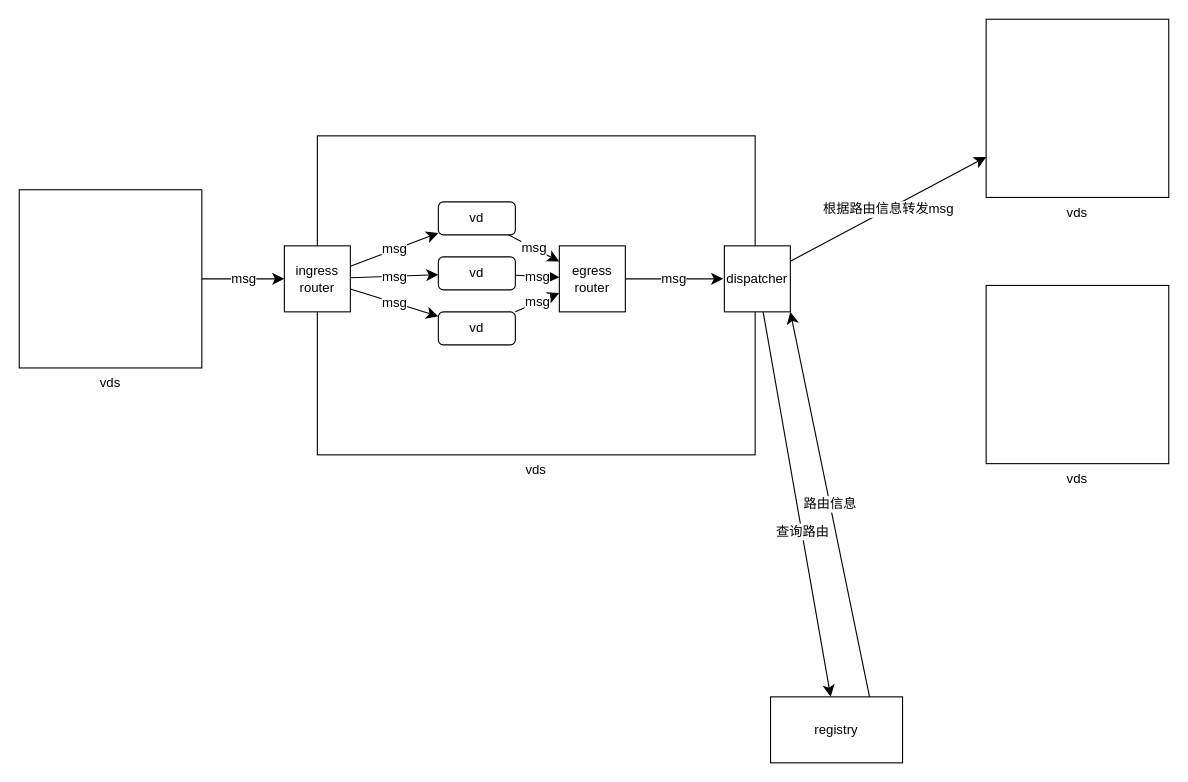
This is vds结构.drawio from AOisUsed/vds, a draw.io file, before an edit. Source tidied: cells renumbered, new cells numbered last; positions are measured from the earlier drawing's top-left corner, leaving out a move shared by most shapes. Both pictures are drawn from the tidied source at 110%, with x=0, y=0 at pixel (19, 19).
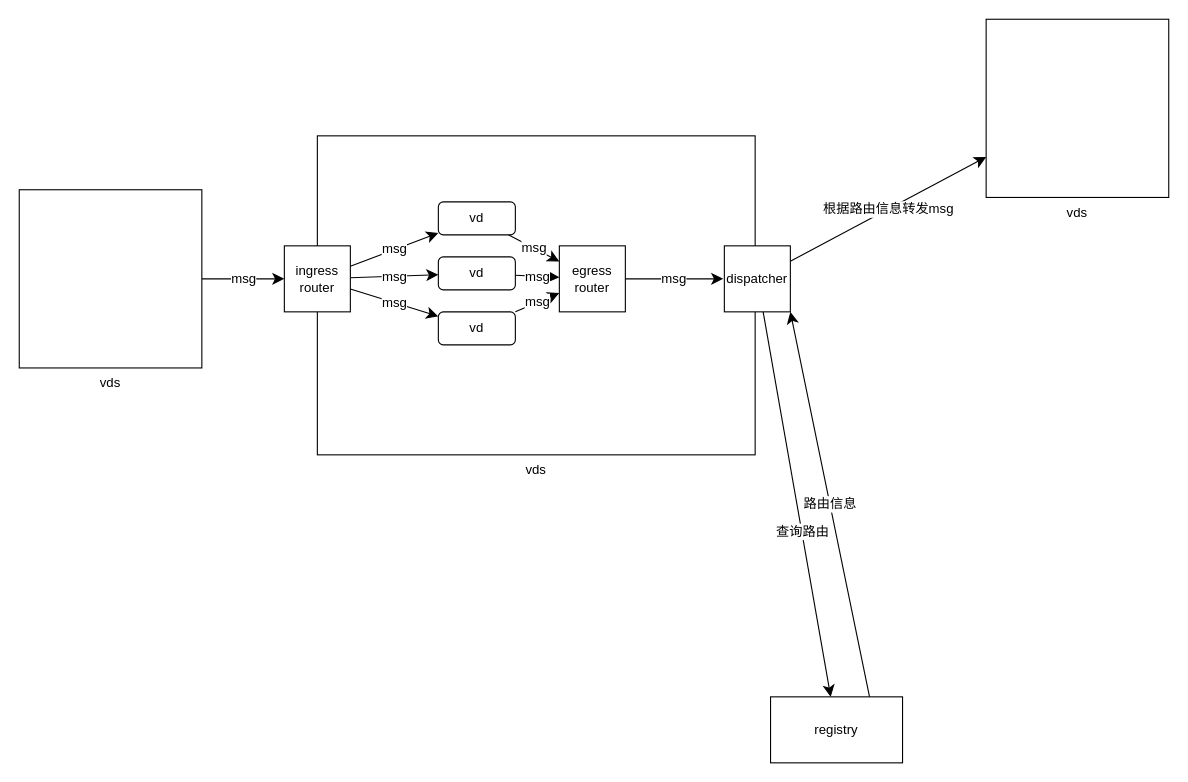
The same page after the edit.

Commit message (it also covers changes not shown here):
修改了vdRegistry的一些描述，修改了vds结构示意图

Diff of the diagram source:
```diff
@@
-    <mxCell id="19" value="vds" style="rounded=0;whiteSpace=wrap;html=1;verticalAlign=top;labelPosition=center;verticalLabelPosition=bottom;align=center;" parent="1" vertex="1">
-      <mxGeometry x="879" y="242" width="166" height="162" as="geometry" />
-    </mxCell>
```
